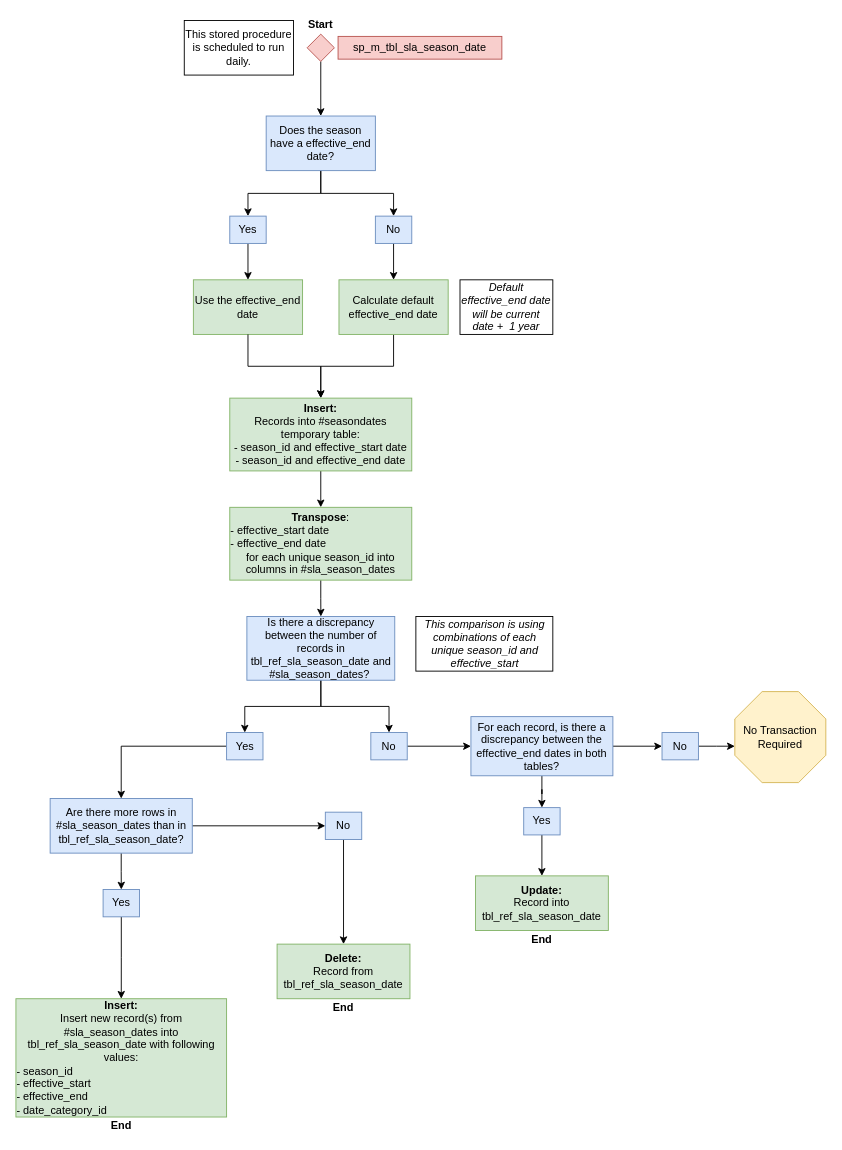
Earlier version of the draw.io diagram images/diagram3.drawio (NYC-Parks/SLADB). Source tidied: cells renumbered, new cells numbered last; positions are measured from the earlier drawing's top-left corner, leaving out a move shared by most shapes. Both pictures are drawn from the tidied source at 91%, with x=0, y=0 at pixel (15, 15).
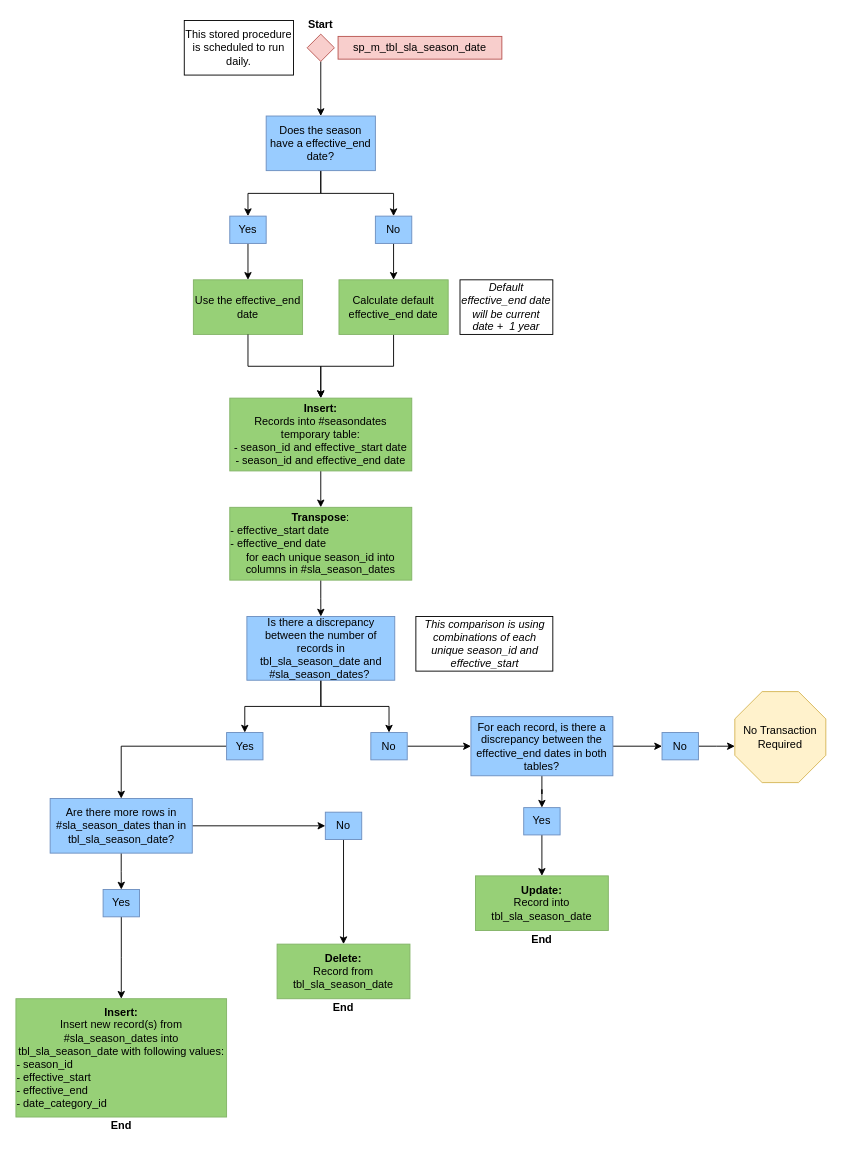
Above is the later version.

What changed in the source:
```diff
@@
-    <mxCell id="3" value="Calculate default effective_end date" style="rounded=0;whiteSpace=wrap;html=1;fillColor=#d5e8d4;strokeColor=#82b366;" parent="1" vertex="1">
+    <mxCell id="3" value="Calculate default effective_end date" style="rounded=0;whiteSpace=wrap;html=1;fillColor=#97D077;strokeColor=#82b366;" parent="1" vertex="1">
       <mxGeometry x="355" y="290" width="120" height="60" as="geometry" />
     </mxCell>
@@
-    <mxCell id="9" value="Does the season have a effective_end date?" style="rounded=0;whiteSpace=wrap;html=1;fillColor=#dae8fc;strokeColor=#6c8ebf;" parent="1" vertex="1">
+    <mxCell id="9" value="Does the season have a effective_end date?" style="rounded=0;whiteSpace=wrap;html=1;fillColor=#99CCFF;strokeColor=#6c8ebf;" parent="1" vertex="1">
       <mxGeometry x="275" y="110" width="120" height="60" as="geometry" />
     </mxCell>
@@
-    <mxCell id="11" value="Yes" style="rounded=0;whiteSpace=wrap;html=1;fillColor=#dae8fc;strokeColor=#6c8ebf;" parent="1" vertex="1">
+    <mxCell id="11" value="Yes" style="rounded=0;whiteSpace=wrap;html=1;fillColor=#99CCFF;strokeColor=#6c8ebf;" parent="1" vertex="1">
       <mxGeometry x="235" y="220" width="40" height="30" as="geometry" />
     </mxCell>
@@
-    <mxCell id="13" value="No" style="rounded=0;whiteSpace=wrap;html=1;fillColor=#dae8fc;strokeColor=#6c8ebf;" parent="1" vertex="1">
+    <mxCell id="13" value="No" style="rounded=0;whiteSpace=wrap;html=1;fillColor=#99CCFF;strokeColor=#6c8ebf;" parent="1" vertex="1">
       <mxGeometry x="395" y="220" width="40" height="30" as="geometry" />
     </mxCell>
-    <mxCell id="14" value="Use the effective_end date" style="rounded=0;whiteSpace=wrap;html=1;fillColor=#d5e8d4;strokeColor=#82b366;" parent="1" vertex="1">
+    <mxCell id="14" value="Use the effective_end date" style="rounded=0;whiteSpace=wrap;html=1;fillColor=#97D077;strokeColor=#82b366;" parent="1" vertex="1">
       <mxGeometry x="195" y="290" width="120" height="60" as="geometry" />
     </mxCell>
@@
-    <mxCell id="18" value="For each record, is there a discrepancy between the effective_end dates in both tables?" style="rounded=0;whiteSpace=wrap;html=1;fillColor=#dae8fc;strokeColor=#6c8ebf;" parent="1" vertex="1">
+    <mxCell id="18" value="For each record, is there a discrepancy between the effective_end dates in both tables?" style="rounded=0;whiteSpace=wrap;html=1;fillColor=#99CCFF;strokeColor=#6c8ebf;" parent="1" vertex="1">
       <mxGeometry x="500" y="770" width="156" height="65" as="geometry" />
     </mxCell>
-    <mxCell id="19" value="&lt;b&gt;Insert:&lt;/b&gt;&lt;br&gt;Insert new record(s) from #sla_season_dates into tbl_ref_sla_season_date with following values:&lt;br&gt;&lt;div style=&quot;text-align: left&quot;&gt;&lt;span&gt;- season_id&lt;/span&gt;&lt;/div&gt;&lt;div style=&quot;text-align: left&quot;&gt;&lt;span&gt;- effective_start&lt;/span&gt;&lt;/div&gt;&lt;div style=&quot;text-align: left&quot;&gt;&lt;span&gt;- effective_end&lt;/span&gt;&lt;/div&gt;&lt;div style=&quot;text-align: left&quot;&gt;&lt;span&gt;- date_category_id&lt;/span&gt;&lt;/div&gt;" style="rounded=0;whiteSpace=wrap;html=1;fillColor=#d5e8d4;strokeColor=#82b366;" parent="1" vertex="1">
+    <mxCell id="19" value="&lt;b&gt;Insert:&lt;/b&gt;&lt;br&gt;Insert new record(s) from #sla_season_dates into tbl_sla_season_date with following values:&lt;br&gt;&lt;div style=&quot;text-align: left&quot;&gt;&lt;span&gt;- season_id&lt;/span&gt;&lt;/div&gt;&lt;div style=&quot;text-align: left&quot;&gt;&lt;span&gt;- effective_start&lt;/span&gt;&lt;/div&gt;&lt;div style=&quot;text-align: left&quot;&gt;&lt;span&gt;- effective_end&lt;/span&gt;&lt;/div&gt;&lt;div style=&quot;text-align: left&quot;&gt;&lt;span&gt;- date_category_id&lt;/span&gt;&lt;/div&gt;" style="rounded=0;whiteSpace=wrap;html=1;fillColor=#97D077;strokeColor=#82b366;" parent="1" vertex="1">
       <mxGeometry y="1080" width="231.5" height="130" as="geometry" />
     </mxCell>
@@
-    <mxCell id="22" value="Is there a discrepancy between the number of records in tbl_ref_sla_season_date and #sla_season_dates?&amp;nbsp;" style="rounded=0;whiteSpace=wrap;html=1;fillColor=#dae8fc;strokeColor=#6c8ebf;" parent="1" vertex="1">
+    <mxCell id="22" value="Is there a discrepancy between the number of records in tbl_sla_season_date and #sla_season_dates?&amp;nbsp;" style="rounded=0;whiteSpace=wrap;html=1;fillColor=#99CCFF;strokeColor=#6c8ebf;" parent="1" vertex="1">
       <mxGeometry x="253.8" y="660" width="162.5" height="70" as="geometry" />
     </mxCell>
@@
-    <mxCell id="24" value="No" style="rounded=0;whiteSpace=wrap;html=1;fillColor=#dae8fc;strokeColor=#6c8ebf;" parent="1" vertex="1">
+    <mxCell id="24" value="No" style="rounded=0;whiteSpace=wrap;html=1;fillColor=#99CCFF;strokeColor=#6c8ebf;" parent="1" vertex="1">
       <mxGeometry x="340" y="875" width="40" height="30" as="geometry" />
     </mxCell>
@@
-    <mxCell id="26" value="Yes" style="rounded=0;whiteSpace=wrap;html=1;fillColor=#dae8fc;strokeColor=#6c8ebf;" parent="1" vertex="1">
+    <mxCell id="26" value="Yes" style="rounded=0;whiteSpace=wrap;html=1;fillColor=#99CCFF;strokeColor=#6c8ebf;" parent="1" vertex="1">
       <mxGeometry x="231.5" y="787.5" width="40" height="30" as="geometry" />
     </mxCell>
@@
-    <mxCell id="28" value="No" style="rounded=0;whiteSpace=wrap;html=1;fillColor=#dae8fc;strokeColor=#6c8ebf;" parent="1" vertex="1">
+    <mxCell id="28" value="No" style="rounded=0;whiteSpace=wrap;html=1;fillColor=#99CCFF;strokeColor=#6c8ebf;" parent="1" vertex="1">
       <mxGeometry x="710" y="787.5" width="40" height="30" as="geometry" />
     </mxCell>
@@
-    <mxCell id="30" value="Yes" style="rounded=0;whiteSpace=wrap;html=1;fillColor=#dae8fc;strokeColor=#6c8ebf;" parent="1" vertex="1">
+    <mxCell id="30" value="Yes" style="rounded=0;whiteSpace=wrap;html=1;fillColor=#99CCFF;strokeColor=#6c8ebf;" parent="1" vertex="1">
       <mxGeometry x="558" y="870" width="40" height="30" as="geometry" />
     </mxCell>
-    <mxCell id="31" value="&lt;b&gt;Update:&lt;/b&gt;&lt;br&gt;Record into tbl_ref_sla_season_date" style="rounded=0;whiteSpace=wrap;html=1;fillColor=#d5e8d4;strokeColor=#82b366;" parent="1" vertex="1">
+    <mxCell id="31" value="&lt;b&gt;Update:&lt;/b&gt;&lt;br&gt;Record into tbl_sla_season_date" style="rounded=0;whiteSpace=wrap;html=1;fillColor=#97D077;strokeColor=#82b366;" parent="1" vertex="1">
       <mxGeometry x="505" y="945" width="146" height="60" as="geometry" />
     </mxCell>
-    <mxCell id="32" value="&lt;b&gt;Delete:&lt;/b&gt;&lt;br&gt;Record from tbl_ref_sla_season_date" style="rounded=0;whiteSpace=wrap;html=1;fillColor=#d5e8d4;strokeColor=#82b366;" parent="1" vertex="1">
+    <mxCell id="32" value="&lt;b&gt;Delete:&lt;/b&gt;&lt;br&gt;Record from tbl_sla_season_date" style="rounded=0;whiteSpace=wrap;html=1;fillColor=#97D077;strokeColor=#82b366;" parent="1" vertex="1">
       <mxGeometry x="287" y="1020" width="146" height="60" as="geometry" />
     </mxCell>
@@
-    <mxCell id="36" value="&lt;b&gt;Insert:&lt;/b&gt;&lt;br&gt;Records into #seasondates temporary table:&lt;br&gt;- season_id and effective_start date&lt;br&gt;- season_id and effective_end date" style="rounded=0;whiteSpace=wrap;html=1;fillColor=#d5e8d4;strokeColor=#82b366;" parent="1" vertex="1">
+    <mxCell id="36" value="&lt;b&gt;Insert:&lt;/b&gt;&lt;br&gt;Records into #seasondates temporary table:&lt;br&gt;- season_id and effective_start date&lt;br&gt;- season_id and effective_end date" style="rounded=0;whiteSpace=wrap;html=1;fillColor=#97D077;strokeColor=#82b366;" parent="1" vertex="1">
       <mxGeometry x="235" y="420" width="200" height="80" as="geometry" />
     </mxCell>
@@
-    <mxCell id="39" value="&lt;b&gt;Transpose&lt;/b&gt;:&lt;br&gt;&lt;div style=&quot;text-align: left&quot;&gt;&lt;span&gt;- effective_start date&lt;/span&gt;&lt;/div&gt;&lt;div style=&quot;text-align: left&quot;&gt;&lt;span&gt;- effective_end date&lt;/span&gt;&lt;/div&gt;&lt;div&gt;&lt;span&gt;for each unique season_id into columns in #sla_season_dates&lt;/span&gt;&lt;/div&gt;" style="rounded=0;whiteSpace=wrap;html=1;fillColor=#d5e8d4;strokeColor=#82b366;" parent="1" vertex="1">
+    <mxCell id="39" value="&lt;b&gt;Transpose&lt;/b&gt;:&lt;br&gt;&lt;div style=&quot;text-align: left&quot;&gt;&lt;span&gt;- effective_start date&lt;/span&gt;&lt;/div&gt;&lt;div style=&quot;text-align: left&quot;&gt;&lt;span&gt;- effective_end date&lt;/span&gt;&lt;/div&gt;&lt;div&gt;&lt;span&gt;for each unique season_id into columns in #sla_season_dates&lt;/span&gt;&lt;/div&gt;" style="rounded=0;whiteSpace=wrap;html=1;fillColor=#97D077;strokeColor=#82b366;" parent="1" vertex="1">
       <mxGeometry x="235" y="540" width="200" height="80" as="geometry" />
     </mxCell>
@@
-    <mxCell id="44" value="Are there more rows in #sla_season_dates than in tbl_ref_sla_season_date?" style="rounded=0;whiteSpace=wrap;html=1;fillColor=#dae8fc;strokeColor=#6c8ebf;" parent="1" vertex="1">
+    <mxCell id="44" value="Are there more rows in #sla_season_dates than in tbl_sla_season_date?" style="rounded=0;whiteSpace=wrap;html=1;fillColor=#99CCFF;strokeColor=#6c8ebf;" parent="1" vertex="1">
       <mxGeometry x="37.6" y="860" width="156.2" height="60" as="geometry" />
     </mxCell>
@@
-    <mxCell id="46" value="Yes" style="rounded=0;whiteSpace=wrap;html=1;fillColor=#dae8fc;strokeColor=#6c8ebf;" parent="1" vertex="1">
+    <mxCell id="46" value="Yes" style="rounded=0;whiteSpace=wrap;html=1;fillColor=#99CCFF;strokeColor=#6c8ebf;" parent="1" vertex="1">
       <mxGeometry x="95.8" y="960" width="40" height="30" as="geometry" />
     </mxCell>
@@
-    <mxCell id="48" value="No" style="rounded=0;whiteSpace=wrap;html=1;fillColor=#dae8fc;strokeColor=#6c8ebf;" parent="1" vertex="1">
+    <mxCell id="48" value="No" style="rounded=0;whiteSpace=wrap;html=1;fillColor=#99CCFF;strokeColor=#6c8ebf;" parent="1" vertex="1">
       <mxGeometry x="390" y="787.5" width="40" height="30" as="geometry" />
     </mxCell>
```
